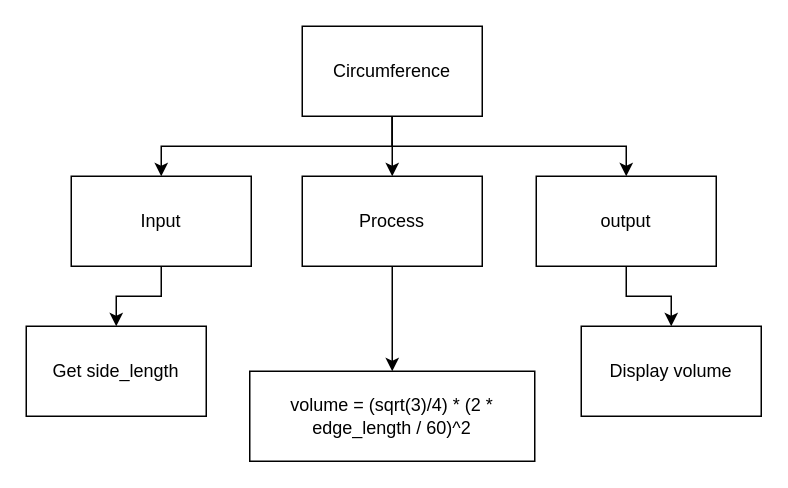
The draw.io diagram page "Top Down" (2 of 2) of design.drawio in Samuel-Webster-178/Assignment-02-Python, before the edit. Source tidied: cells renumbered, new cells numbered last; positions are measured from the earlier drawing's top-left corner, leaving out a move shared by most shapes. Both pictures are drawn from the tidied source at 150%, with x=0, y=0 at pixel (26, 26).
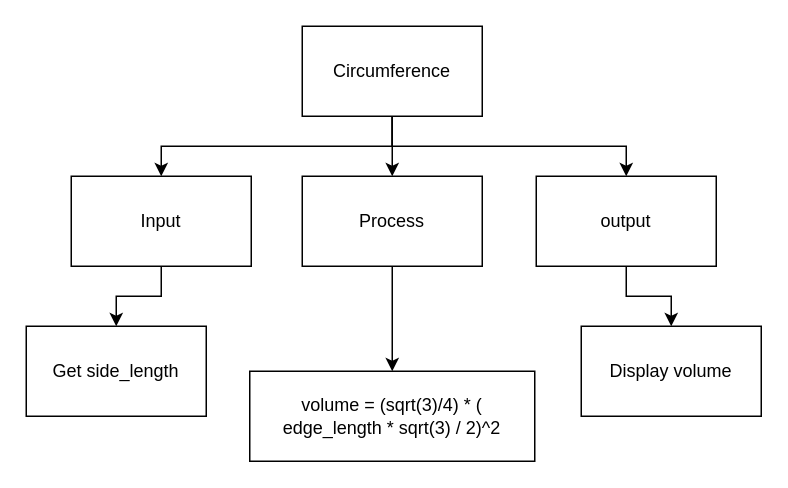
The same diagram, later.

Diff of the diagram source:
```diff
@@
 <mxGraphModel>
   <root>
     <mxCell id="0" />
     <mxCell id="1" parent="0" />
     <mxCell id="2" style="edgeStyle=none;html=1;" parent="1" edge="1" source="5" target="9">
       <mxGeometry relative="1" as="geometry" />
     </mxCell>
     <mxCell id="3" style="edgeStyle=orthogonalEdgeStyle;html=1;entryX=0.5;entryY=0;entryDx=0;entryDy=0;rounded=0;" parent="1" edge="1" source="5" target="7">
       <mxGeometry relative="1" as="geometry">
         <Array as="points">
           <mxPoint x="244" y="80" />
           <mxPoint x="90" y="80" />
         </Array>
       </mxGeometry>
     </mxCell>
     <mxCell id="4" style="edgeStyle=orthogonalEdgeStyle;html=1;entryX=0.5;entryY=0;entryDx=0;entryDy=0;rounded=0;" parent="1" edge="1" source="5" target="11">
       <mxGeometry relative="1" as="geometry">
         <Array as="points">
           <mxPoint x="244" y="80" />
           <mxPoint x="400" y="80" />
         </Array>
       </mxGeometry>
     </mxCell>
     <mxCell id="5" value="Circumference" style="rounded=0;whiteSpace=wrap;html=1;" parent="1" vertex="1">
       <mxGeometry x="184" width="120" height="60" as="geometry" />
     </mxCell>
     <mxCell id="6" style="edgeStyle=orthogonalEdgeStyle;rounded=0;html=1;" parent="1" edge="1" source="7" target="12">
       <mxGeometry relative="1" as="geometry" />
     </mxCell>
     <mxCell id="7" value="Input" style="rounded=0;whiteSpace=wrap;html=1;" parent="1" vertex="1">
       <mxGeometry x="30" y="100" width="120" height="60" as="geometry" />
     </mxCell>
     <mxCell id="8" style="edgeStyle=orthogonalEdgeStyle;rounded=0;html=1;" parent="1" edge="1" source="9" target="13">
       <mxGeometry relative="1" as="geometry" />
     </mxCell>
     <mxCell id="9" value="Process" style="rounded=0;whiteSpace=wrap;html=1;" parent="1" vertex="1">
       <mxGeometry x="184" y="100" width="120" height="60" as="geometry" />
     </mxCell>
     <mxCell id="10" style="edgeStyle=orthogonalEdgeStyle;rounded=0;html=1;" parent="1" edge="1" source="11" target="14">
       <mxGeometry relative="1" as="geometry" />
     </mxCell>
     <mxCell id="11" value="output" style="rounded=0;whiteSpace=wrap;html=1;" parent="1" vertex="1">
       <mxGeometry x="340" y="100" width="120" height="60" as="geometry" />
     </mxCell>
     <mxCell id="12" value="Get side_length" style="rounded=0;whiteSpace=wrap;html=1;" parent="1" vertex="1">
       <mxGeometry y="200" width="120" height="60" as="geometry" />
     </mxCell>
-    <mxCell id="13" value="volume =&amp;nbsp;(sqrt(3)/4) * (2 * edge_length / 60)^2" style="rounded=0;whiteSpace=wrap;html=1;" parent="1" vertex="1">
+    <mxCell id="13" value="volume =&amp;nbsp;(sqrt(3)/4) * ( edge_length * sqrt(3) / 2)^2" style="rounded=0;whiteSpace=wrap;html=1;" parent="1" vertex="1">
       <mxGeometry x="149" y="230" width="190" height="60" as="geometry" />
     </mxCell>
     <mxCell id="14" value="Display volume" style="rounded=0;whiteSpace=wrap;html=1;" parent="1" vertex="1">
       <mxGeometry x="370" y="200" width="120" height="60" as="geometry" />
     </mxCell>
   </root>
 </mxGraphModel>
```
